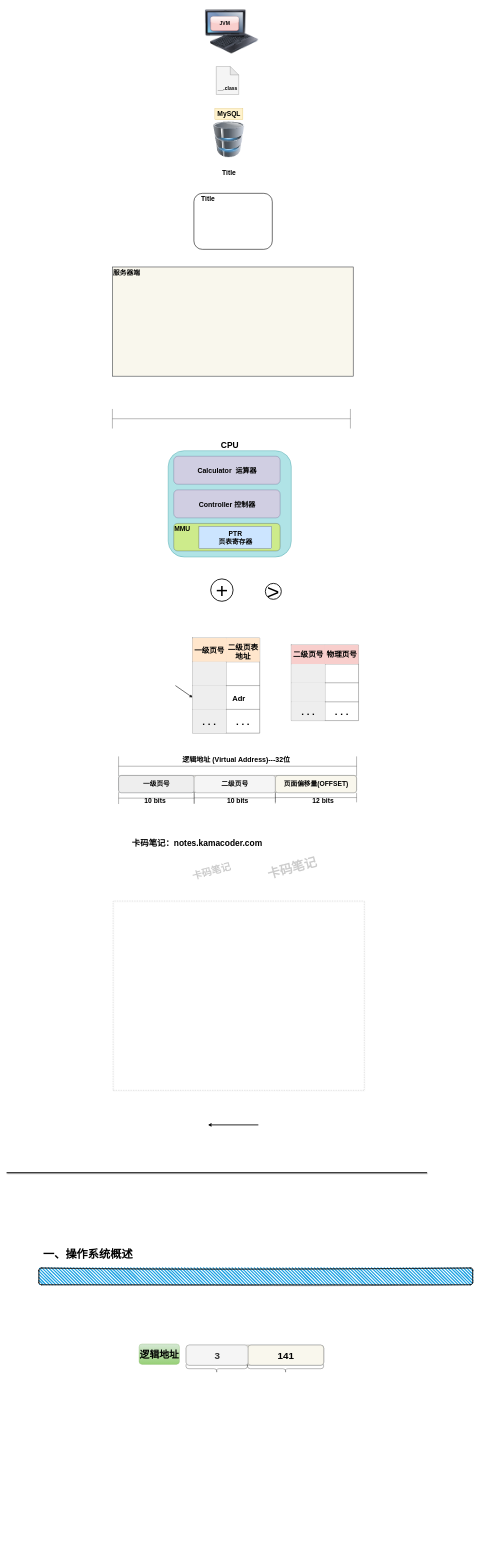
Earlier version of the draw.io diagram My_Memoranda.drawio (TYRA9/Diagram-Collection). Source tidied: cells renumbered, new cells numbered last; positions are measured from the earlier drawing's top-left corner, leaving out a move shared by most shapes. Both pictures are drawn from the tidied source at 28%, with x=0, y=0 at pixel (6, 5). Pictures stored in the file or linked from it are replaced by grey dashed boxes.
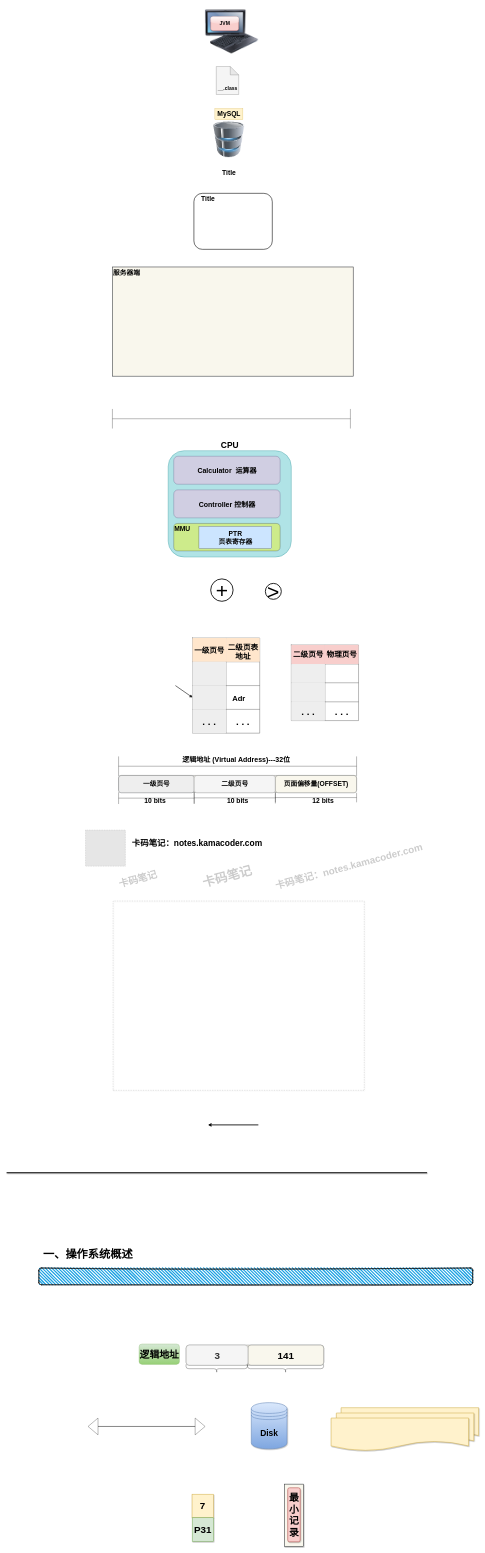
The same page after the edit.

What changed in the source:
```diff
@@
     <mxCell id="70" value="卡码笔记" style="text;strokeColor=none;fillColor=none;html=1;fontSize=35;fontStyle=1;verticalAlign=middle;align=center;rounded=0;shadow=1;sketch=0;rotation=-15;textOpacity=20;" parent="1" vertex="1">
-      <mxGeometry x="658" y="3056" width="146" height="75" as="geometry" />
+      <mxGeometry x="395" y="3084" width="146" height="75" as="geometry" />
     </mxCell>
     <mxCell id="71" value="卡码笔记" style="text;strokeColor=none;fillColor=none;html=1;fontSize=45;fontStyle=1;verticalAlign=middle;align=center;rounded=0;shadow=1;sketch=0;rotation=-15;textOpacity=20;" parent="1" vertex="1">
-      <mxGeometry x="946" y="3045" width="146" height="75" as="geometry" />
+      <mxGeometry x="714" y="3075" width="146" height="75" as="geometry" />
     </mxCell>
@@
+    <mxCell id="84" value="&lt;font style=&quot;font-size: 30px;&quot;&gt;&lt;b&gt;Disk&lt;/b&gt;&lt;/font&gt;" style="shape=datastore;whiteSpace=wrap;html=1;fillColor=#dae8fc;gradientColor=#7ea6e0;strokeColor=#6c8ebf;shadow=1;strokeWidth=2;" parent="1" vertex="1">
+      <mxGeometry x="874" y="4992" width="127.5" height="165" as="geometry" />
+    </mxCell>
+    <mxCell id="85" value="卡码笔记：notes.kamacoder.com" style="text;strokeColor=none;fillColor=none;html=1;fontSize=35;fontStyle=1;verticalAlign=middle;align=center;rounded=0;shadow=1;sketch=0;rotation=-15;textOpacity=20;opacity=50;" parent="1" vertex="1">
+      <mxGeometry x="894" y="3045" width="656" height="61" as="geometry" />
+    </mxCell>
+    <mxCell id="86" style="fillColor=#E6E6E6;strokeColor=#999999;dashed=1;verticalLabelPosition=bottom;verticalAlign=top;" parent="1" vertex="1">
+      <mxGeometry x="282" y="2947" width="142.3" height="129" as="geometry" />
+    </mxCell>
+    <mxCell id="87" style="rounded=0;whiteSpace=wrap;html=1;fillColor=#f9f7ed;strokeColor=#36393d;fontSize=35;strokeWidth=2;shadow=1;fontStyle=1;glass=0;" parent="1" vertex="1">
+      <mxGeometry x="992" y="5283" width="68.8" height="223" as="geometry" />
+    </mxCell>
+    <mxCell id="88" value="最小记录" style="rounded=1;whiteSpace=wrap;html=1;fillColor=#f8cecc;strokeColor=#b85450;fontSize=35;strokeWidth=2;shadow=1;fontStyle=1;glass=0;" parent="1" vertex="1">
+      <mxGeometry x="1004.1" y="5296" width="44.7" height="193" as="geometry" />
+    </mxCell>
+    <mxCell id="89" value="7" style="rounded=0;whiteSpace=wrap;html=1;fillColor=#fff2cc;strokeColor=#d6b656;fontSize=35;strokeWidth=2;shadow=1;fontStyle=1;glass=0;" parent="1" vertex="1">
+      <mxGeometry x="662.4" y="5319" width="76" height="84" as="geometry" />
+    </mxCell>
+    <mxCell id="90" value="P31" style="rounded=0;whiteSpace=wrap;html=1;fillColor=#d5e8d4;strokeColor=#82b366;fontSize=35;strokeWidth=2;shadow=1;fontStyle=1;glass=0;" parent="1" vertex="1">
+      <mxGeometry x="663" y="5403" width="76" height="84" as="geometry" />
+    </mxCell>
+    <mxCell id="91" style="shape=document;whiteSpace=wrap;html=1;boundedLbl=1;fontSize=40;fillColor=#fff2cc;strokeColor=#d6b656;rounded=0;strokeWidth=2;shadow=1;fontStyle=0;glass=0;arcSize=31;" parent="1" vertex="1">
+      <mxGeometry x="1194.8" y="5010" width="491" height="117" as="geometry" />
+    </mxCell>
+    <mxCell id="92" style="shape=document;whiteSpace=wrap;html=1;boundedLbl=1;fontSize=40;fillColor=#fff2cc;strokeColor=#d6b656;rounded=0;strokeWidth=2;shadow=1;fontStyle=0;glass=0;arcSize=31;" parent="1" vertex="1">
+      <mxGeometry x="1177.7" y="5029" width="491" height="117" as="geometry" />
+    </mxCell>
+    <mxCell id="93" style="shape=document;whiteSpace=wrap;html=1;boundedLbl=1;fontSize=40;fillColor=#fff2cc;strokeColor=#d6b656;rounded=0;strokeWidth=2;shadow=1;fontStyle=0;glass=0;arcSize=31;" parent="1" vertex="1">
+      <mxGeometry x="1159" y="5047" width="491" height="117" as="geometry" />
+    </mxCell>
+    <mxCell id="94" style="html=1;shadow=0;dashed=0;align=center;verticalAlign=middle;shape=mxgraph.arrows2.twoWayArrow;dy=1;dx=35.56;" parent="1" vertex="1">
+      <mxGeometry x="291" y="5047" width="418" height="60" as="geometry" />
+    </mxCell>
```
